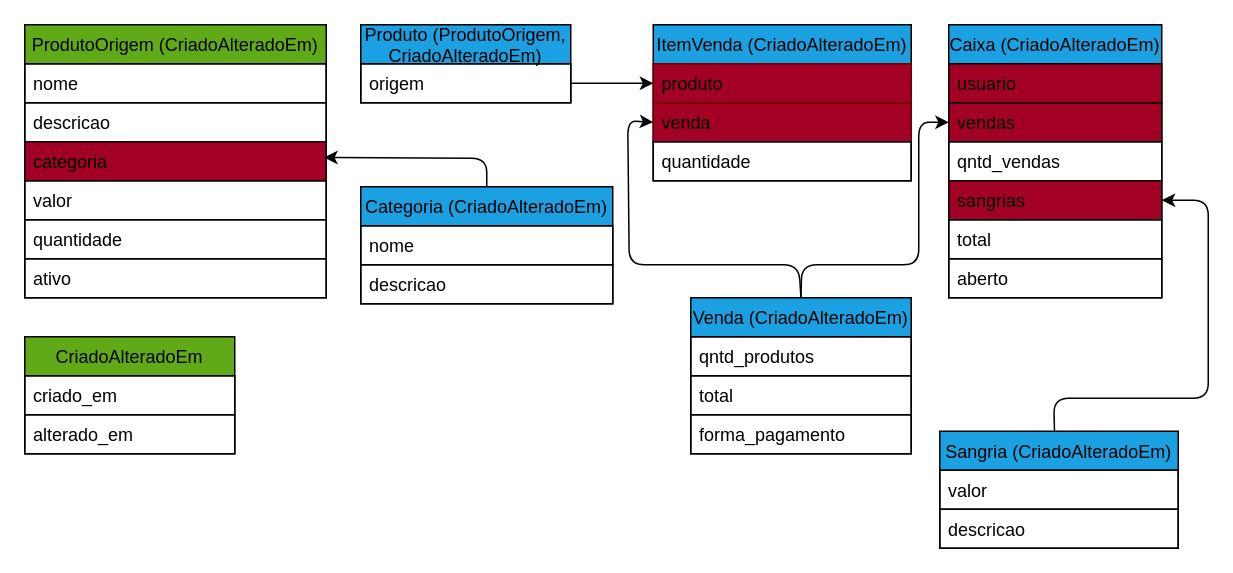
The draw.io diagram relacionamento.drawio in Juzeka/Mercearia, before the edit. Source tidied: cells renumbered, new cells numbered last; positions are measured from the earlier drawing's top-left corner, leaving out a move shared by most shapes. Both pictures are drawn from the tidied source at 150%, with x=0, y=0 at pixel (24, 24).
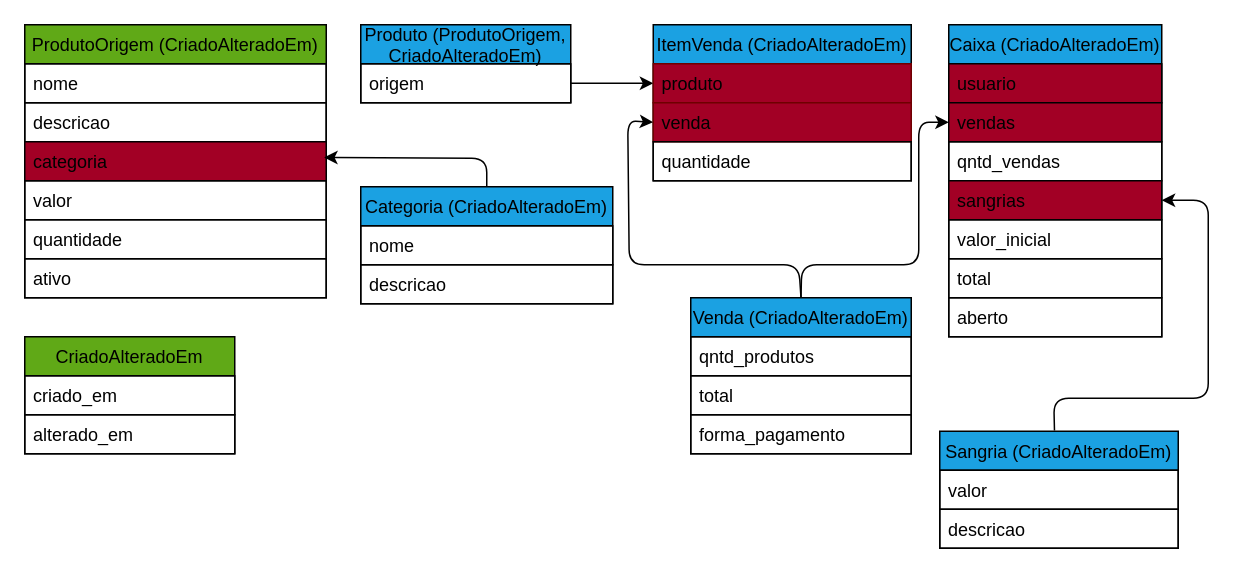
After the change.

Commit message (it also covers changes not shown here):
add valor_inicia de caixa no relacionamento

Change to the diagram source:
```diff
@@
     <mxCell id="18" value="Caixa (CriadoAlteradoEm)" style="swimlane;fontStyle=0;horizontal=1;startSize=26;fillColor=#1ba1e2;fontColor=#000000;strokeColor=#000000;" parent="1" vertex="1">
-      <mxGeometry x="616" width="142" height="182" as="geometry" />
+      <mxGeometry x="616" width="142" height="208" as="geometry" />
     </mxCell>
@@
+    <mxCell id="40" value="valor_inicial" style="text;strokeColor=#000000;fillColor=none;align=left;verticalAlign=top;spacingLeft=4;spacingRight=4;overflow=hidden;fontColor=#000000;" parent="18" vertex="1">
+      <mxGeometry y="130" width="142" height="26" as="geometry" />
+    </mxCell>
     <mxCell id="23" value="total" style="text;strokeColor=#000000;fillColor=none;align=left;verticalAlign=top;spacingLeft=4;spacingRight=4;overflow=hidden;fontColor=#000000;" parent="18" vertex="1">
-      <mxGeometry y="130" width="142" height="26" as="geometry" />
+      <mxGeometry y="156" width="142" height="26" as="geometry" />
     </mxCell>
     <mxCell id="24" value="aberto" style="text;strokeColor=#000000;fillColor=none;align=left;verticalAlign=top;spacingLeft=4;spacingRight=4;overflow=hidden;fontColor=#000000;" parent="18" vertex="1">
-      <mxGeometry y="156" width="142" height="26" as="geometry" />
+      <mxGeometry y="182" width="142" height="26" as="geometry" />
     </mxCell>
```
